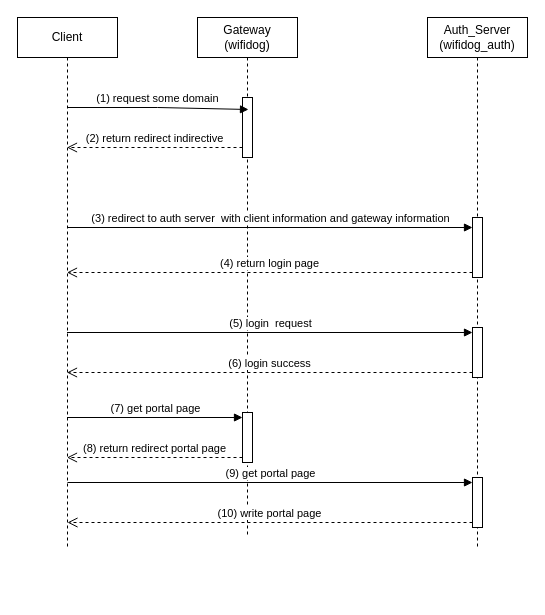
Before: page "portal_auth" (2 of 2) of f5g-mt7988/f5g_mt7988.drawio in waterwatermelon/graph, a draw.io diagram. Source tidied: cells renumbered, new cells numbered last; positions are measured from the earlier drawing's top-left corner, leaving out a move shared by most shapes. Both pictures are drawn from the tidied source at 100%, with x=0, y=0 at pixel (17, 17).
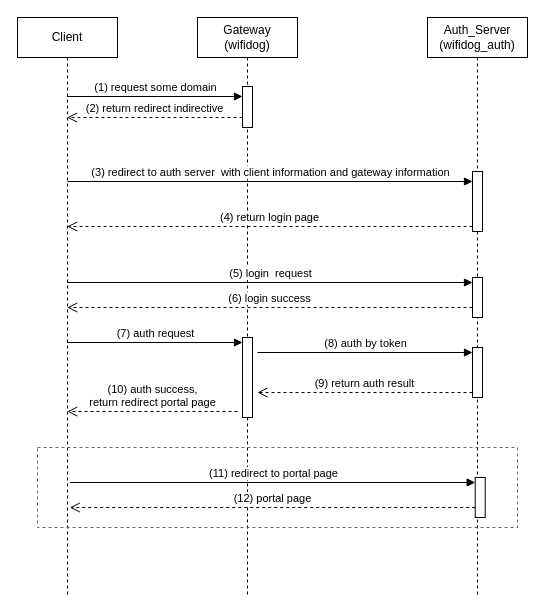
The same page after the edit.

Change to the diagram source:
```diff
@@
     <mxCell id="2" value="Client" style="shape=umlLifeline;perimeter=lifelinePerimeter;whiteSpace=wrap;html=1;outlineConnect=0;portConstraint=eastwest;newEdgeStyle={&quot;curved&quot;:0,&quot;rounded&quot;:0};" parent="1" vertex="1">
-      <mxGeometry width="100" height="530" as="geometry" />
+      <mxGeometry width="100" height="580" as="geometry" />
     </mxCell>
     <mxCell id="3" value="Auth_Server&lt;div&gt;(wifidog_auth)&lt;/div&gt;" style="shape=umlLifeline;perimeter=lifelinePerimeter;whiteSpace=wrap;html=1;newEdgeStyle={&quot;curved&quot;:0,&quot;rounded&quot;:0};" parent="1" vertex="1">
-      <mxGeometry x="410" width="100" height="530" as="geometry" />
+      <mxGeometry x="410" width="100" height="580" as="geometry" />
     </mxCell>
     <mxCell id="4" style="html=1;points=[[0,0,0,0,5],[0,1,0,0,-5],[1,0,0,0,5],[1,1,0,0,-5]];perimeter=orthogonalPerimeter;outlineConnect=0;targetShapes=umlLifeline;portConstraint=eastwest;newEdgeStyle={&quot;curved&quot;:0,&quot;rounded&quot;:0};" parent="3" vertex="1">
-      <mxGeometry x="45" y="200" width="10" height="60" as="geometry" />
+      <mxGeometry x="45" y="154" width="10" height="60" as="geometry" />
     </mxCell>
     <mxCell id="5" style="html=1;points=[[0,0,0,0,5],[0,1,0,0,-5],[1,0,0,0,5],[1,1,0,0,-5]];perimeter=orthogonalPerimeter;outlineConnect=0;targetShapes=umlLifeline;portConstraint=eastwest;newEdgeStyle={&quot;curved&quot;:0,&quot;rounded&quot;:0};" parent="3" vertex="1">
-      <mxGeometry x="45" y="310" width="10" height="50" as="geometry" />
+      <mxGeometry x="45" y="260" width="10" height="40" as="geometry" />
     </mxCell>
     <mxCell id="6" style="html=1;points=[[0,0,0,0,5],[0,1,0,0,-5],[1,0,0,0,5],[1,1,0,0,-5]];perimeter=orthogonalPerimeter;outlineConnect=0;targetShapes=umlLifeline;portConstraint=eastwest;newEdgeStyle={&quot;curved&quot;:0,&quot;rounded&quot;:0};" parent="3" vertex="1">
-      <mxGeometry x="45" y="460" width="10" height="50" as="geometry" />
+      <mxGeometry x="45" y="330" width="10" height="50" as="geometry" />
     </mxCell>
     <mxCell id="7" value="Gateway&lt;div&gt;(wifidog)&lt;/div&gt;" style="shape=umlLifeline;perimeter=lifelinePerimeter;whiteSpace=wrap;html=1;newEdgeStyle={&quot;curved&quot;:0,&quot;rounded&quot;:0};" parent="1" vertex="1">
-      <mxGeometry x="180" width="100" height="520" as="geometry" />
+      <mxGeometry x="180" width="100" height="580" as="geometry" />
     </mxCell>
     <mxCell id="8" style="html=1;points=[[0,0,0,0,5],[0,1,0,0,-5],[1,0,0,0,5],[1,1,0,0,-5]];perimeter=orthogonalPerimeter;outlineConnect=0;targetShapes=umlLifeline;portConstraint=eastwest;newEdgeStyle={&quot;curved&quot;:0,&quot;rounded&quot;:0};" parent="7" vertex="1">
-      <mxGeometry x="45" y="80" width="10" height="60" as="geometry" />
+      <mxGeometry x="45" y="69" width="10" height="41" as="geometry" />
     </mxCell>
     <mxCell id="9" style="html=1;points=[[0,0,0,0,5],[0,1,0,0,-5],[1,0,0,0,5],[1,1,0,0,-5]];perimeter=orthogonalPerimeter;outlineConnect=0;targetShapes=umlLifeline;portConstraint=eastwest;newEdgeStyle={&quot;curved&quot;:0,&quot;rounded&quot;:0};" parent="7" vertex="1">
-      <mxGeometry x="45" y="395" width="10" height="50" as="geometry" />
+      <mxGeometry x="45" y="320" width="10" height="80" as="geometry" />
     </mxCell>
-    <mxCell id="10" value="(1) request some domain" style="html=1;verticalAlign=bottom;endArrow=block;curved=0;rounded=0;entryX=0.6;entryY=0.2;entryDx=0;entryDy=0;entryPerimeter=0;" parent="1" edge="1" source="2" target="8">
+    <mxCell id="10" value="(1) request some domain" style="html=1;verticalAlign=bottom;endArrow=block;curved=0;rounded=0;" parent="1" edge="1" target="8">
       <mxGeometry relative="1" as="geometry">
+        <mxPoint x="49.7" y="79" as="sourcePoint" />
         <Array as="points">
-          <mxPoint x="140" y="90" />
+          <mxPoint x="140" y="79" />
         </Array>
       </mxGeometry>
     </mxCell>
     <mxCell id="11" value="(2) return redirect indirective" style="html=1;verticalAlign=bottom;endArrow=open;dashed=1;endSize=8;curved=0;rounded=0;" parent="1" edge="1" source="8" target="2">
       <mxGeometry relative="1" as="geometry">
         <Array as="points">
-          <mxPoint x="130" y="130" />
+          <mxPoint x="130" y="100" />
         </Array>
       </mxGeometry>
     </mxCell>
     <mxCell id="12" value="(3) redirect to auth server&amp;nbsp; with client information and gateway information" style="html=1;verticalAlign=bottom;endArrow=block;curved=0;rounded=0;" parent="1" edge="1" target="4">
       <mxGeometry relative="1" as="geometry">
-        <mxPoint x="50" y="210" as="sourcePoint" />
+        <mxPoint x="50" y="164" as="sourcePoint" />
       </mxGeometry>
     </mxCell>
-    <mxCell id="13" value="(4) return login page" style="html=1;verticalAlign=bottom;endArrow=open;dashed=1;endSize=8;curved=0;rounded=0;exitX=0;exitY=1;exitDx=0;exitDy=-5;exitPerimeter=0;" parent="1" edge="1" source="4" target="2">
-      <mxGeometry relative="1" as="geometry" />
+    <mxCell id="13" value="(4) return login page" style="html=1;verticalAlign=bottom;endArrow=open;dashed=1;endSize=8;curved=0;rounded=0;exitX=0;exitY=1;exitDx=0;exitDy=-5;exitPerimeter=0;" parent="1" edge="1" source="4">
+      <mxGeometry relative="1" as="geometry">
+        <mxPoint x="49.7" y="209" as="targetPoint" />
+      </mxGeometry>
     </mxCell>
-    <mxCell id="14" value="(5) login&amp;nbsp; request" style="html=1;verticalAlign=bottom;endArrow=block;curved=0;rounded=0;entryX=0;entryY=0;entryDx=0;entryDy=5;" parent="1" edge="1" source="2" target="5">
-      <mxGeometry relative="1" as="geometry" />
+    <mxCell id="14" value="(5) login&amp;nbsp; request" style="html=1;verticalAlign=bottom;endArrow=block;curved=0;rounded=0;entryX=0;entryY=0;entryDx=0;entryDy=5;" parent="1" edge="1" target="5">
+      <mxGeometry relative="1" as="geometry">
+        <mxPoint x="49.7" y="265" as="sourcePoint" />
+      </mxGeometry>
     </mxCell>
-    <mxCell id="15" value="(6) login success" style="html=1;verticalAlign=bottom;endArrow=open;dashed=1;endSize=8;curved=0;rounded=0;exitX=0;exitY=1;exitDx=0;exitDy=-5;" parent="1" edge="1" source="5" target="2">
-      <mxGeometry relative="1" as="geometry" />
+    <mxCell id="15" value="(6) login success" style="html=1;verticalAlign=bottom;endArrow=open;dashed=1;endSize=8;curved=0;rounded=0;exitX=0;exitY=1;exitDx=0;exitDy=-5;" parent="1" edge="1">
+      <mxGeometry relative="1" as="geometry">
+        <mxPoint x="455" y="290" as="sourcePoint" />
+        <mxPoint x="49.7" y="290" as="targetPoint" />
+      </mxGeometry>
     </mxCell>
-    <mxCell id="16" value="(9) get portal page" style="html=1;verticalAlign=bottom;endArrow=block;curved=0;rounded=0;entryX=0;entryY=0;entryDx=0;entryDy=5;" parent="1" edge="1" target="6">
+    <mxCell id="16" value="(8) auth by token" style="html=1;verticalAlign=bottom;endArrow=block;curved=0;rounded=0;entryX=0;entryY=0;entryDx=0;entryDy=5;" parent="1" edge="1" target="6">
       <mxGeometry relative="1" as="geometry">
-        <mxPoint x="50" y="465" as="sourcePoint" />
+        <mxPoint x="240" y="335" as="sourcePoint" />
       </mxGeometry>
     </mxCell>
-    <mxCell id="17" value="(10) write portal page" style="html=1;verticalAlign=bottom;endArrow=open;dashed=1;endSize=8;curved=0;rounded=0;exitX=0;exitY=1;exitDx=0;exitDy=-5;" parent="1" edge="1" source="6">
+    <mxCell id="17" value="(9) return auth result" style="html=1;verticalAlign=bottom;endArrow=open;dashed=1;endSize=8;curved=0;rounded=0;exitX=0;exitY=1;exitDx=0;exitDy=-5;" parent="1" edge="1" source="6">
       <mxGeometry relative="1" as="geometry">
-        <mxPoint x="50" y="505" as="targetPoint" />
+        <mxPoint x="240" y="375" as="targetPoint" />
       </mxGeometry>
     </mxCell>
-    <mxCell id="18" value="(7) get portal page" style="html=1;verticalAlign=bottom;endArrow=block;curved=0;rounded=0;entryX=0;entryY=0;entryDx=0;entryDy=5;" parent="1" edge="1" source="2" target="9">
-      <mxGeometry relative="1" as="geometry" />
+    <mxCell id="18" value="(7) auth request" style="html=1;verticalAlign=bottom;endArrow=block;curved=0;rounded=0;entryX=0;entryY=0;entryDx=0;entryDy=5;" parent="1" edge="1" target="9">
+      <mxGeometry relative="1" as="geometry">
+        <mxPoint x="49.7" y="325" as="sourcePoint" />
+      </mxGeometry>
     </mxCell>
-    <mxCell id="19" value="(8) return redirect portal page" style="html=1;verticalAlign=bottom;endArrow=open;dashed=1;endSize=8;curved=0;rounded=0;exitX=0;exitY=1;exitDx=0;exitDy=-5;" parent="1" edge="1" source="9" target="2">
-      <mxGeometry relative="1" as="geometry" />
+    <mxCell id="19" value="(10) auth success,&lt;div&gt;return redirect portal page&lt;/div&gt;" style="html=1;verticalAlign=bottom;endArrow=open;dashed=1;endSize=8;curved=0;rounded=0;" parent="1" edge="1">
+      <mxGeometry relative="1" as="geometry">
+        <mxPoint x="220" y="394" as="sourcePoint" />
+        <mxPoint x="49.7" y="394" as="targetPoint" />
+      </mxGeometry>
     </mxCell>
+    <mxCell id="20" style="rounded=0;whiteSpace=wrap;html=1;dashed=1;fillColor=none;fontColor=#333333;strokeColor=#666666;" parent="1" vertex="1">
+      <mxGeometry x="20" y="430" width="480" height="80" as="geometry" />
+    </mxCell>
+    <mxCell id="21" style="html=1;points=[[0,0,0,0,5],[0,1,0,0,-5],[1,0,0,0,5],[1,1,0,0,-5]];perimeter=orthogonalPerimeter;outlineConnect=0;targetShapes=umlLifeline;portConstraint=eastwest;newEdgeStyle={&quot;curved&quot;:0,&quot;rounded&quot;:0};" parent="1" vertex="1">
+      <mxGeometry x="457.7" y="460" width="10" height="40" as="geometry" />
+    </mxCell>
+    <mxCell id="22" value="(11) redirect to portal page" style="html=1;verticalAlign=bottom;endArrow=block;curved=0;rounded=0;entryX=0;entryY=0;entryDx=0;entryDy=5;" parent="1" edge="1" target="21">
+      <mxGeometry relative="1" as="geometry">
+        <mxPoint x="52.7" y="465" as="sourcePoint" />
+      </mxGeometry>
+    </mxCell>
+    <mxCell id="23" value="(12) portal page" style="html=1;verticalAlign=bottom;endArrow=open;dashed=1;endSize=8;curved=0;rounded=0;exitX=0;exitY=1;exitDx=0;exitDy=-5;" parent="1" edge="1">
+      <mxGeometry relative="1" as="geometry">
+        <mxPoint x="457.7" y="490" as="sourcePoint" />
+        <mxPoint x="52.3" y="490" as="targetPoint" />
+      </mxGeometry>
+    </mxCell>
```
